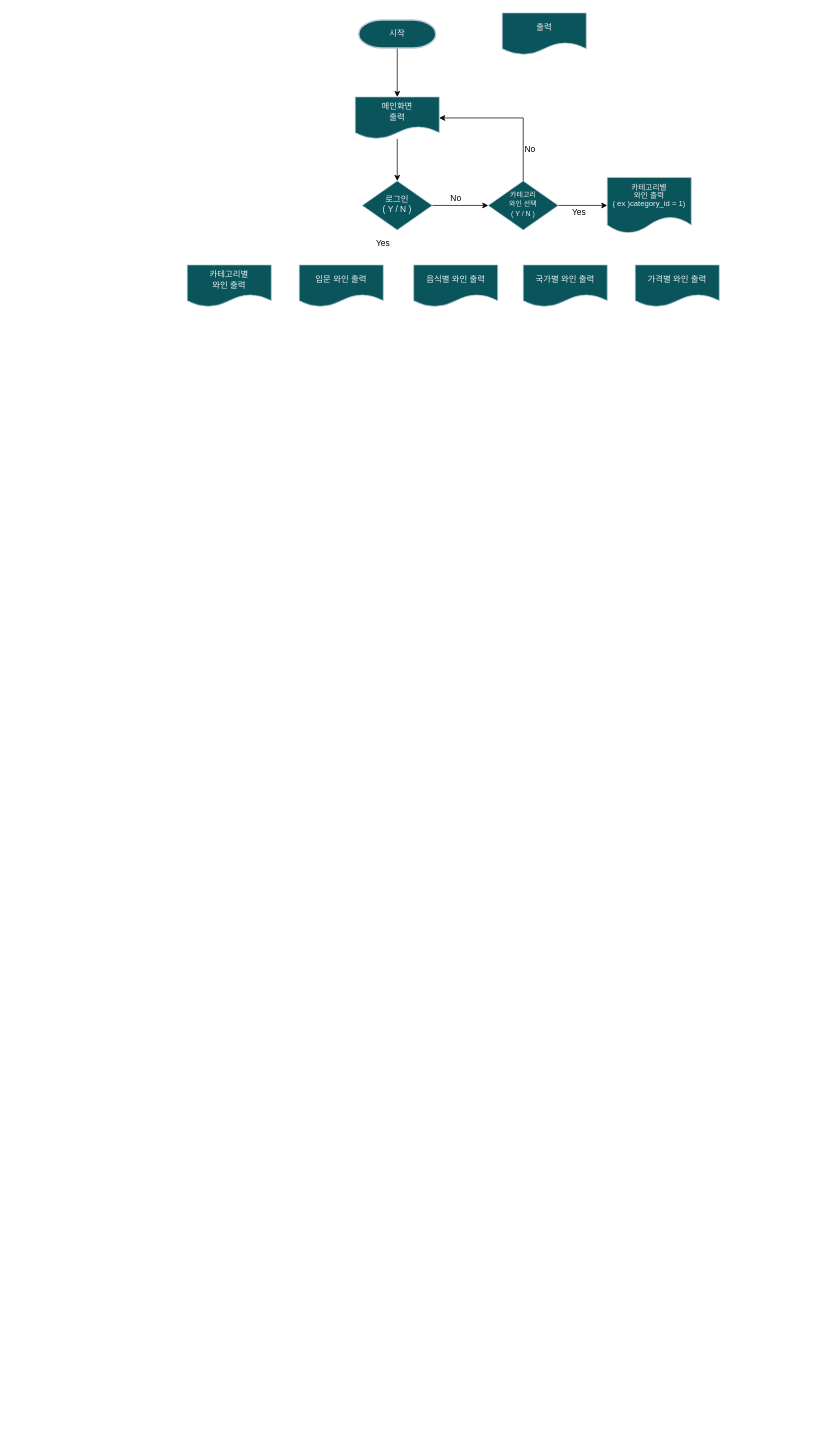
Earlier version of the draw.io diagram 제목 없는 다이어그램.drawio (JungWooojin/Winey). Source tidied: cells renumbered, new cells numbered last; positions are measured from the earlier drawing's top-left corner, leaving out a move shared by most shapes. Both pictures are drawn from the tidied source at 70%, with x=0, y=0 at pixel (187, 13).
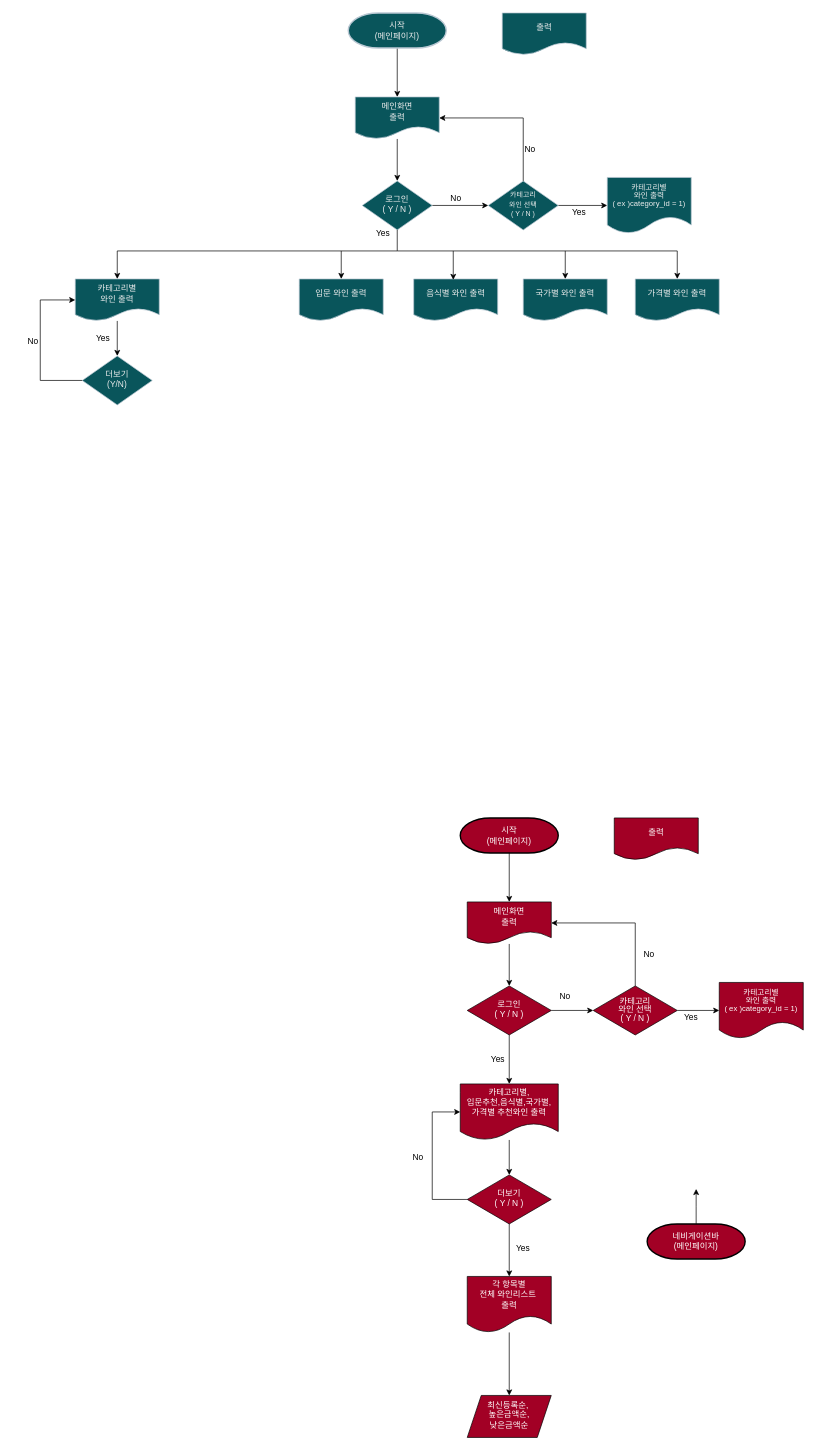
The same page after the edit.

Commit message:
제목 없는 다이어그램.drawio 업데이트

The change refers to these unchanged cells:
```xml
<mxCell id="3" value="로그인&lt;br&gt;( Y / N )" style="rhombus;whiteSpace=wrap;html=1;shadow=0;fontFamily=Helvetica;fontSize=12;align=center;strokeWidth=1;spacing=6;spacingTop=-4;labelBackgroundColor=none;rounded=0;fillColor=#09555B;strokeColor=#BAC8D3;fontColor=#EEEEEE;" parent="1" vertex="1">
  <mxGeometry x="250" y="240" width="100" height="70" as="geometry" />
</mxCell>
```

The edit, as a diff of the source:
```diff
@@
-    <mxCell id="5" value="시작" style="strokeWidth=2;html=1;shape=mxgraph.flowchart.terminator;whiteSpace=wrap;strokeColor=#BAC8D3;fontColor=#EEEEEE;fillColor=#09555B;" parent="1" vertex="1">
-      <mxGeometry x="245" y="10" width="110" height="40" as="geometry" />
+    <mxCell id="5" value="시작&lt;br&gt;(메인페이지)" style="strokeWidth=2;html=1;shape=mxgraph.flowchart.terminator;whiteSpace=wrap;strokeColor=#BAC8D3;fontColor=#EEEEEE;fillColor=#09555B;" parent="1" vertex="1">
+      <mxGeometry x="230" width="140" height="50" as="geometry" />
     </mxCell>
@@
+    <mxCell id="22" style="edgeStyle=orthogonalEdgeStyle;rounded=0;jettySize=auto;html=1;" parent="1" edge="1" source="7" target="28">
+      <mxGeometry relative="1" as="geometry" />
+    </mxCell>
     <mxCell id="7" value="카테고리별&lt;br&gt;와인 출력" style="shape=document;whiteSpace=wrap;html=1;boundedLbl=1;strokeColor=#BAC8D3;fontColor=#EEEEEE;fillColor=#09555B;" parent="1" vertex="1">
-      <mxGeometry y="360" width="120" height="60" as="geometry" />
+      <mxGeometry x="-160" y="380" width="120" height="60" as="geometry" />
     </mxCell>
@@
     <mxCell id="11" value="Yes" style="text;html=1;strokeColor=none;fillColor=none;align=center;verticalAlign=middle;whiteSpace=wrap;rounded=0;" parent="1" vertex="1">
-      <mxGeometry x="250" y="315" width="60" height="30" as="geometry" />
+      <mxGeometry x="250" y="300" width="60" height="30" as="geometry" />
     </mxCell>
@@
     <mxCell id="18" value="입문 와인 출력" style="shape=document;whiteSpace=wrap;html=1;boundedLbl=1;strokeColor=#BAC8D3;fontColor=#EEEEEE;fillColor=#09555B;" parent="1" vertex="1">
-      <mxGeometry x="160" y="360" width="120" height="60" as="geometry" />
+      <mxGeometry x="160" y="380" width="120" height="60" as="geometry" />
     </mxCell>
     <mxCell id="19" value="음식별 와인 출력" style="shape=document;whiteSpace=wrap;html=1;boundedLbl=1;strokeColor=#BAC8D3;fontColor=#EEEEEE;fillColor=#09555B;" parent="1" vertex="1">
-      <mxGeometry x="323.5" y="360" width="120" height="60" as="geometry" />
+      <mxGeometry x="323.5" y="380" width="120" height="60" as="geometry" />
     </mxCell>
     <mxCell id="20" value="국가별 와인 출력" style="shape=document;whiteSpace=wrap;html=1;boundedLbl=1;strokeColor=#BAC8D3;fontColor=#EEEEEE;fillColor=#09555B;" parent="1" vertex="1">
-      <mxGeometry x="480" y="360" width="120" height="60" as="geometry" />
+      <mxGeometry x="480" y="380" width="120" height="60" as="geometry" />
     </mxCell>
     <mxCell id="21" value="가격별 와인 출력" style="shape=document;whiteSpace=wrap;html=1;boundedLbl=1;strokeColor=#BAC8D3;fontColor=#EEEEEE;fillColor=#09555B;" parent="1" vertex="1">
-      <mxGeometry x="640" y="360" width="120" height="60" as="geometry" />
+      <mxGeometry x="640" y="380" width="120" height="60" as="geometry" />
     </mxCell>
+    <mxCell id="23" style="endArrow=classic;html=1;rounded=0;exitX=0.5;exitY=1;exitDx=0;exitDy=0;entryX=0.5;entryY=0;entryDx=0;entryDy=0;" parent="1" edge="1" source="3" target="7">
+      <mxGeometry relative="1" as="geometry">
+        <Array as="points">
+          <mxPoint x="300" y="340" />
+          <mxPoint x="-100" y="340" />
+        </Array>
+      </mxGeometry>
+    </mxCell>
+    <mxCell id="24" style="endArrow=classic;html=1;rounded=0;" parent="1" edge="1" target="18">
+      <mxGeometry relative="1" as="geometry">
+        <mxPoint x="220" y="340" as="sourcePoint" />
+      </mxGeometry>
+    </mxCell>
+    <mxCell id="25" style="endArrow=classic;html=1;rounded=0;entryX=0.5;entryY=0;entryDx=0;entryDy=0;" parent="1" edge="1" target="21">
+      <mxGeometry relative="1" as="geometry">
+        <mxPoint x="300" y="340" as="sourcePoint" />
+        <Array as="points">
+          <mxPoint x="700" y="340" />
+        </Array>
+      </mxGeometry>
+    </mxCell>
+    <mxCell id="26" style="endArrow=classic;html=1;rounded=0;entryX=0.471;entryY=0.022;entryDx=0;entryDy=0;entryPerimeter=0;" parent="1" edge="1" target="19">
+      <mxGeometry relative="1" as="geometry">
+        <mxPoint x="380" y="340" as="sourcePoint" />
+      </mxGeometry>
+    </mxCell>
+    <mxCell id="27" style="endArrow=classic;html=1;rounded=0;entryX=0.5;entryY=0;entryDx=0;entryDy=0;" parent="1" edge="1" target="20">
+      <mxGeometry relative="1" as="geometry">
+        <mxPoint x="540" y="340" as="sourcePoint" />
+      </mxGeometry>
+    </mxCell>
+    <mxCell id="28" value="더보기&lt;br&gt;(Y/N)" style="rhombus;whiteSpace=wrap;html=1;shadow=0;fontFamily=Helvetica;fontSize=12;align=center;strokeWidth=1;spacing=6;spacingTop=-4;labelBackgroundColor=none;rounded=0;fillColor=#09555B;strokeColor=#BAC8D3;fontColor=#EEEEEE;" parent="1" vertex="1">
+      <mxGeometry x="-150" y="490" width="100" height="70" as="geometry" />
+    </mxCell>
+    <mxCell id="29" style="endArrow=classic;html=1;rounded=0;exitX=0;exitY=0.5;exitDx=0;exitDy=0;entryX=0;entryY=0.5;entryDx=0;entryDy=0;" parent="1" edge="1" source="28" target="7">
+      <mxGeometry relative="1" as="geometry">
+        <Array as="points">
+          <mxPoint x="-210" y="525" />
+          <mxPoint x="-210" y="410" />
+        </Array>
+      </mxGeometry>
+    </mxCell>
+    <mxCell id="30" value="No" style="text;html=1;strokeColor=none;fillColor=none;align=center;verticalAlign=middle;whiteSpace=wrap;rounded=0;" parent="1" vertex="1">
+      <mxGeometry x="-250" y="450" width="60" height="40" as="geometry" />
+    </mxCell>
+    <mxCell id="31" value="Yes" style="text;html=1;strokeColor=none;fillColor=none;align=center;verticalAlign=middle;whiteSpace=wrap;rounded=0;" parent="1" vertex="1">
+      <mxGeometry x="-150" y="450" width="60" height="30" as="geometry" />
+    </mxCell>
+    <mxCell id="32" style="edgeStyle=orthogonalEdgeStyle;rounded=0;jettySize=auto;html=1;fillColor=#a20025;strokeColor=default;" parent="1" edge="1" source="34" target="39">
+      <mxGeometry relative="1" as="geometry" />
+    </mxCell>
+    <mxCell id="33" style="edgeStyle=orthogonalEdgeStyle;rounded=0;jettySize=auto;html=1;fillColor=#a20025;strokeColor=default;" parent="1" edge="1" source="34" target="47">
+      <mxGeometry relative="1" as="geometry" />
+    </mxCell>
+    <mxCell id="34" value="로그인&lt;br&gt;( Y / N )" style="rhombus;whiteSpace=wrap;html=1;shadow=0;fontFamily=Helvetica;fontSize=12;align=center;strokeWidth=1;spacing=6;spacingTop=-4;labelBackgroundColor=none;rounded=0;fillColor=#a20025;strokeColor=default;fontColor=#ffffff;" parent="1" vertex="1">
+      <mxGeometry x="400" y="1390" width="120" height="70" as="geometry" />
+    </mxCell>
+    <mxCell id="35" style="edgeStyle=orthogonalEdgeStyle;rounded=0;jettySize=auto;html=1;fillColor=#a20025;strokeColor=default;" parent="1" edge="1" source="36" target="41">
+      <mxGeometry relative="1" as="geometry" />
+    </mxCell>
+    <mxCell id="36" value="시작&lt;br&gt;(메인페이지)" style="strokeWidth=2;html=1;shape=mxgraph.flowchart.terminator;whiteSpace=wrap;strokeColor=default;fillColor=#a20025;fontColor=#ffffff;" parent="1" vertex="1">
+      <mxGeometry x="390" y="1150" width="140" height="50" as="geometry" />
+    </mxCell>
+    <mxCell id="37" value="출력" style="shape=document;whiteSpace=wrap;html=1;boundedLbl=1;strokeColor=default;fillColor=#a20025;fontColor=#ffffff;" parent="1" vertex="1">
+      <mxGeometry x="610" y="1150" width="120" height="60" as="geometry" />
+    </mxCell>
+    <mxCell id="38" style="edgeStyle=orthogonalEdgeStyle;rounded=0;jettySize=auto;html=1;fillColor=#a20025;strokeColor=default;" parent="1" edge="1" source="39" target="42">
+      <mxGeometry relative="1" as="geometry" />
+    </mxCell>
+    <mxCell id="39" value="&lt;p style=&quot;line-height: 100%;&quot;&gt;&lt;font style=&quot;font-size: 12px;&quot;&gt;카테고리&lt;br&gt;와인 선택&lt;br&gt;( Y / N )&lt;/font&gt;&lt;/p&gt;" style="rhombus;whiteSpace=wrap;html=1;shadow=0;fontFamily=Helvetica;fontSize=12;align=center;strokeWidth=1;spacing=6;spacingTop=-4;labelBackgroundColor=none;rounded=0;fillColor=#a20025;strokeColor=default;fontColor=#ffffff;" parent="1" vertex="1">
+      <mxGeometry x="580" y="1390" width="120" height="70" as="geometry" />
+    </mxCell>
+    <mxCell id="40" style="edgeStyle=orthogonalEdgeStyle;rounded=0;jettySize=auto;html=1;fillColor=#a20025;strokeColor=default;" parent="1" edge="1" source="41" target="34">
+      <mxGeometry relative="1" as="geometry" />
+    </mxCell>
+    <mxCell id="41" value="메인화면&lt;br&gt;출력" style="shape=document;whiteSpace=wrap;html=1;boundedLbl=1;strokeColor=default;fillColor=#a20025;fontColor=#ffffff;" parent="1" vertex="1">
+      <mxGeometry x="400" y="1270" width="120" height="60" as="geometry" />
+    </mxCell>
+    <mxCell id="42" value="&lt;p style=&quot;line-height: 100%; font-size: 11px;&quot;&gt;카테고리별&lt;br&gt;와인 출력&lt;br&gt;( ex )category_id = 1)&lt;br&gt;&lt;/p&gt;" style="shape=document;whiteSpace=wrap;html=1;boundedLbl=1;fillColor=#a20025;strokeColor=default;shadow=0;strokeWidth=1;spacing=6;spacingTop=-4;labelBackgroundColor=none;rounded=0;fontColor=#ffffff;" parent="1" vertex="1">
+      <mxGeometry x="760" y="1385" width="120" height="80" as="geometry" />
+    </mxCell>
+    <mxCell id="43" style="endArrow=classic;html=1;rounded=0;exitX=0.5;exitY=0;exitDx=0;exitDy=0;entryX=1;entryY=0.5;entryDx=0;entryDy=0;fillColor=#a20025;strokeColor=default;" parent="1" edge="1" source="39" target="41">
+      <mxGeometry relative="1" as="geometry">
+        <Array as="points">
+          <mxPoint x="640" y="1300" />
+        </Array>
+      </mxGeometry>
+    </mxCell>
+    <mxCell id="44" value="&lt;font color=&quot;#000000&quot;&gt;No&lt;/font&gt;" style="text;html=1;strokeColor=none;fillColor=none;align=center;verticalAlign=middle;whiteSpace=wrap;rounded=0;fontColor=#ffffff;" parent="1" vertex="1">
+      <mxGeometry x="630" y="1330" width="60" height="30" as="geometry" />
+    </mxCell>
+    <mxCell id="45" value="Yes" style="text;html=1;strokeColor=none;fillColor=none;align=center;verticalAlign=middle;whiteSpace=wrap;rounded=0;fontColor=#000000;" parent="1" vertex="1">
+      <mxGeometry x="690" y="1420" width="60" height="30" as="geometry" />
+    </mxCell>
+    <mxCell id="46" style="edgeStyle=orthogonalEdgeStyle;rounded=0;jettySize=auto;html=1;fillColor=#a20025;strokeColor=default;" parent="1" edge="1" source="47" target="49">
+      <mxGeometry relative="1" as="geometry" />
+    </mxCell>
+    <mxCell id="47" value="카테고리별,&lt;br&gt;입문추천,음식별,국가별,가격별 추천와인 출력" style="shape=document;whiteSpace=wrap;html=1;boundedLbl=1;fillColor=#a20025;strokeColor=default;shadow=0;strokeWidth=1;spacing=6;spacingTop=-4;labelBackgroundColor=none;rounded=0;fontColor=#ffffff;" parent="1" vertex="1">
+      <mxGeometry x="390" y="1530" width="140" height="80" as="geometry" />
+    </mxCell>
+    <mxCell id="48" style="edgeStyle=orthogonalEdgeStyle;rounded=0;jettySize=auto;html=1;fillColor=#a20025;strokeColor=default;" parent="1" edge="1" source="49" target="51">
+      <mxGeometry relative="1" as="geometry" />
+    </mxCell>
+    <mxCell id="49" value="더보기&lt;br&gt;( Y / N )" style="rhombus;whiteSpace=wrap;html=1;shadow=0;fontFamily=Helvetica;fontSize=12;align=center;strokeWidth=1;spacing=6;spacingTop=-4;labelBackgroundColor=none;rounded=0;fillColor=#a20025;strokeColor=default;fontColor=#ffffff;" parent="1" vertex="1">
+      <mxGeometry x="400" y="1660" width="120" height="70" as="geometry" />
+    </mxCell>
+    <mxCell id="50" style="edgeStyle=orthogonalEdgeStyle;rounded=0;jettySize=auto;html=1;" parent="1" edge="1" source="51" target="59">
+      <mxGeometry relative="1" as="geometry" />
+    </mxCell>
+    <mxCell id="51" value="각 항목별&lt;br&gt;전체 와인리스트&amp;nbsp;&lt;br&gt;출력" style="shape=document;whiteSpace=wrap;html=1;boundedLbl=1;fillColor=#a20025;strokeColor=default;shadow=0;strokeWidth=1;spacing=6;spacingTop=-4;labelBackgroundColor=none;rounded=0;fontColor=#ffffff;" parent="1" vertex="1">
+      <mxGeometry x="400" y="1805" width="120" height="80" as="geometry" />
+    </mxCell>
+    <mxCell id="52" style="endArrow=classic;html=1;rounded=0;exitX=0;exitY=0.5;exitDx=0;exitDy=0;entryX=0;entryY=0.5;entryDx=0;entryDy=0;fillColor=#a20025;strokeColor=default;" parent="1" edge="1" source="49" target="47">
+      <mxGeometry relative="1" as="geometry">
+        <Array as="points">
+          <mxPoint x="350" y="1695" />
+          <mxPoint x="350" y="1570" />
+        </Array>
+      </mxGeometry>
+    </mxCell>
+    <mxCell id="53" style="edgeStyle=orthogonalEdgeStyle;rounded=0;jettySize=auto;html=1;fillColor=#a20025;strokeColor=default;" parent="1" edge="1" source="54">
+      <mxGeometry relative="1" as="geometry">
+        <mxPoint x="727" y="1680" as="targetPoint" />
+      </mxGeometry>
+    </mxCell>
+    <mxCell id="54" value="네비게이션바&lt;br&gt;(메인페이지)" style="strokeWidth=2;html=1;shape=mxgraph.flowchart.terminator;whiteSpace=wrap;strokeColor=default;fillColor=#a20025;fontColor=#ffffff;" parent="1" vertex="1">
+      <mxGeometry x="657" y="1730" width="140" height="50" as="geometry" />
+    </mxCell>
+    <mxCell id="55" value="Yes" style="text;html=1;strokeColor=none;fillColor=none;align=center;verticalAlign=middle;whiteSpace=wrap;rounded=0;fontColor=#000000;" parent="1" vertex="1">
+      <mxGeometry x="450" y="1750" width="60" height="30" as="geometry" />
+    </mxCell>
+    <mxCell id="56" value="&lt;font color=&quot;#000000&quot;&gt;No&lt;/font&gt;" style="text;html=1;strokeColor=none;fillColor=none;align=center;verticalAlign=middle;whiteSpace=wrap;rounded=0;fontColor=#ffffff;" parent="1" vertex="1">
+      <mxGeometry x="300" y="1620" width="60" height="30" as="geometry" />
+    </mxCell>
+    <mxCell id="57" value="&lt;font color=&quot;#000000&quot;&gt;No&lt;/font&gt;" style="text;html=1;strokeColor=none;fillColor=none;align=center;verticalAlign=middle;whiteSpace=wrap;rounded=0;fontColor=#ffffff;" parent="1" vertex="1">
+      <mxGeometry x="510" y="1390" width="60" height="30" as="geometry" />
+    </mxCell>
+    <mxCell id="58" value="Yes" style="text;html=1;strokeColor=none;fillColor=none;align=center;verticalAlign=middle;whiteSpace=wrap;rounded=0;fontColor=#000000;" parent="1" vertex="1">
+      <mxGeometry x="414" y="1480" width="60" height="30" as="geometry" />
+    </mxCell>
+    <mxCell id="59" value="최신등록순,&amp;nbsp;&lt;br&gt;높은금액순,&lt;br&gt;낮은금액순" style="shape=parallelogram;perimeter=parallelogramPerimeter;whiteSpace=wrap;html=1;fixedSize=1;fillColor=#a20025;fontColor=#ffffff;shadow=0;strokeWidth=1;spacing=6;spacingTop=-4;labelBackgroundColor=none;rounded=0;" parent="1" vertex="1">
+      <mxGeometry x="400" y="1975" width="120" height="60" as="geometry" />
+    </mxCell>
```
